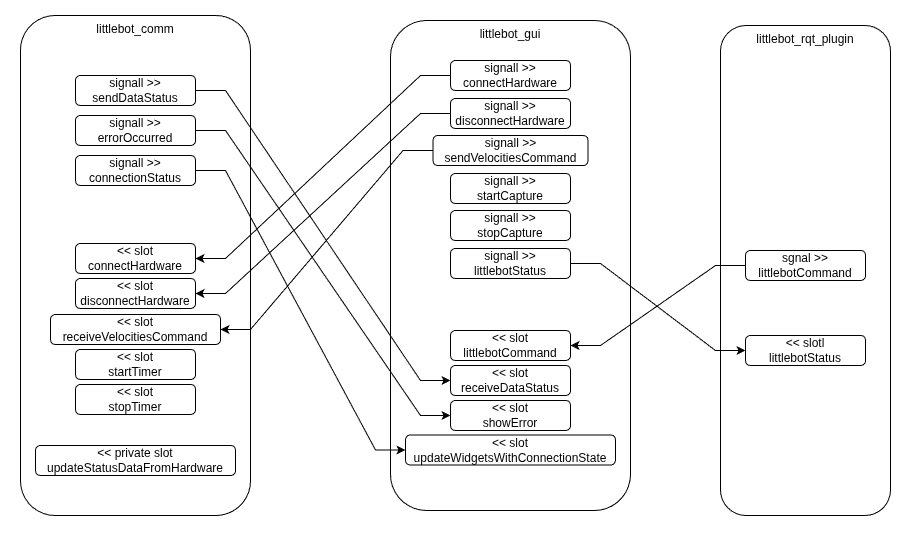
Above: docs/images/littlebot_rqt_sgnals.png in NestorDP/littlebot_rqt_plugin (draw.io), before the change. Source tidied: cells renumbered, new cells last; positions are measured from the earlier drawing's top-left corner, leaving out a move shared by most shapes.
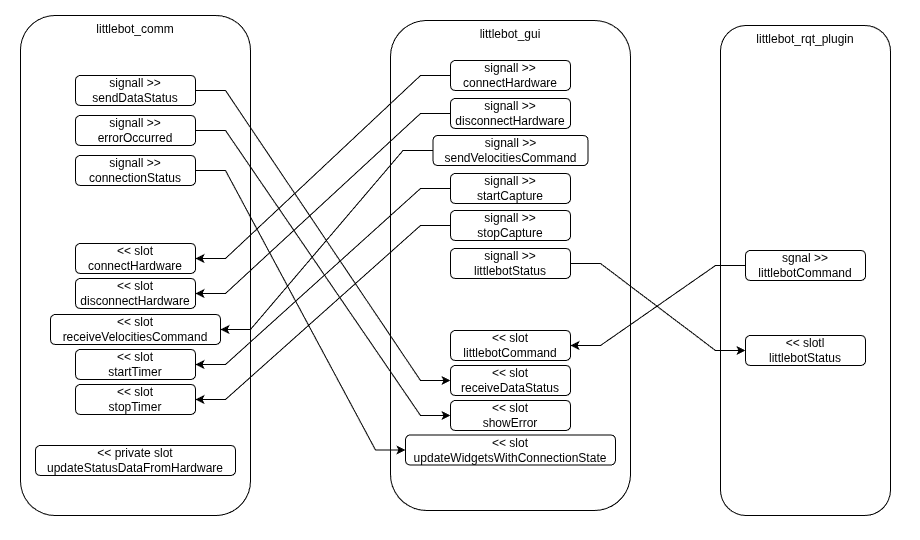
Above is the later version.

Commit message:
📝 docs(readme): Update Qt signals and slots image

Diff of the diagram source:
```diff
@@ -110,5 +110,11 @@
     <mxCell id="37" style="edgeStyle=entityRelationEdgeStyle;rounded=0;jettySize=auto;html=1;exitX=0;exitY=0.5;exitDx=0;exitDy=0;entryX=1;entryY=0.5;entryDx=0;entryDy=0;" parent="1" edge="1" source="29" target="22">
       <mxGeometry relative="1" as="geometry" />
     </mxCell>
+    <mxCell id="38" style="edgeStyle=entityRelationEdgeStyle;rounded=0;jettySize=auto;html=1;exitX=0;exitY=0.5;exitDx=0;exitDy=0;entryX=1;entryY=0.5;entryDx=0;entryDy=0;" parent="1" edge="1" source="20" target="11">
+      <mxGeometry relative="1" as="geometry" />
+    </mxCell>
+    <mxCell id="39" style="edgeStyle=entityRelationEdgeStyle;rounded=0;jettySize=auto;html=1;exitX=0;exitY=0.5;exitDx=0;exitDy=0;entryX=1;entryY=0.5;entryDx=0;entryDy=0;" parent="1" edge="1" source="21" target="10">
+      <mxGeometry relative="1" as="geometry" />
+    </mxCell>
   </root>
 </mxGraphModel>
```
